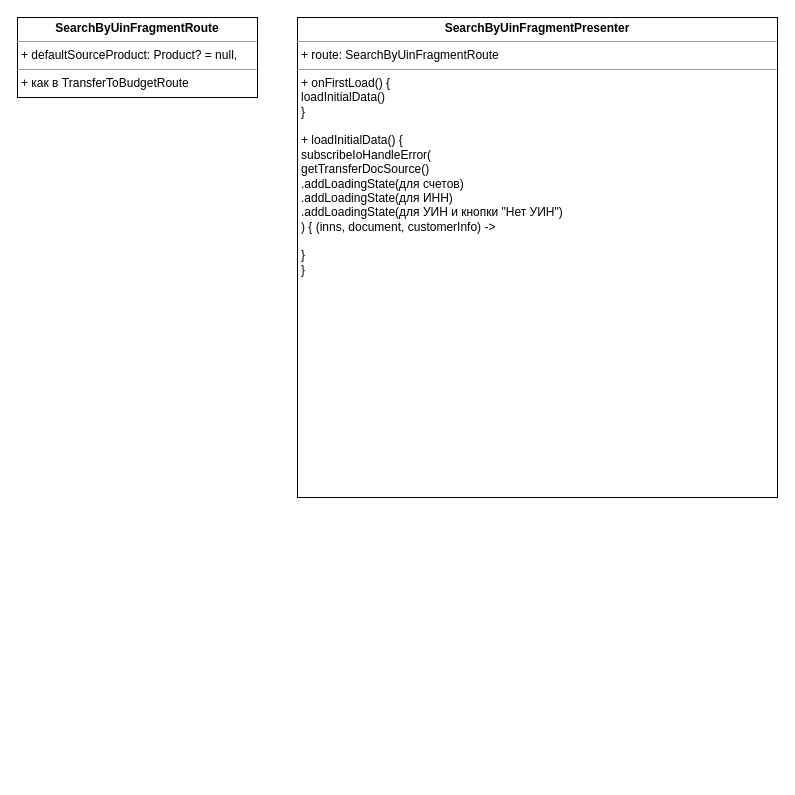
The draw.io diagram UNI-18237.drawio in ShiryaevNikolay/diagrams, before the edit. Source tidied: cells renumbered, new cells numbered last; positions are measured from the earlier drawing's top-left corner, leaving out a move shared by most shapes. Both pictures are drawn from the tidied source at 100%, with x=0, y=0 at pixel (17, 17).
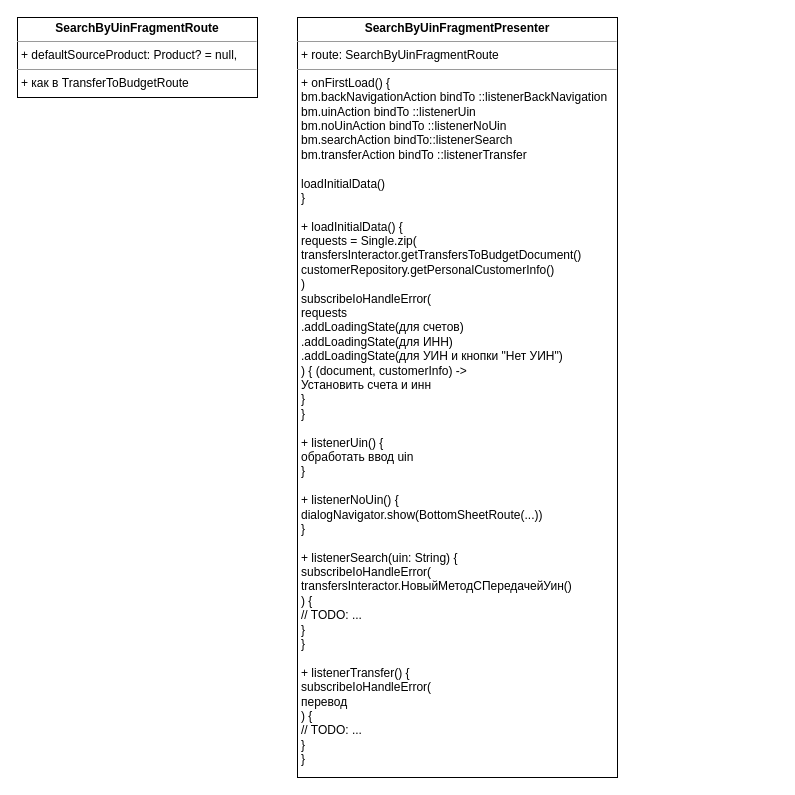
After the change.

What changed in the source:
```diff
@@
 <mxGraphModel>
   <root>
     <mxCell id="0" />
     <mxCell id="1" parent="0" />
-    <mxCell id="2" value="&lt;p style=&quot;margin:0px;margin-top:4px;text-align:center;&quot;&gt;&lt;b&gt;SearchByUinFragmentPresenter&lt;/b&gt;&lt;/p&gt;&lt;hr size=&quot;1&quot;&gt;&lt;p style=&quot;margin:0px;margin-left:4px;&quot;&gt;+ route: SearchByUinFragmentRoute&lt;br&gt;&lt;/p&gt;&lt;hr size=&quot;1&quot;&gt;&lt;p style=&quot;margin:0px;margin-left:4px;&quot;&gt;+ onFirstLoad() {&lt;/p&gt;&lt;p style=&quot;margin:0px;margin-left:4px;&quot;&gt;loadInitialData()&lt;br&gt;&lt;/p&gt;&lt;p style=&quot;margin:0px;margin-left:4px;&quot;&gt;}&lt;/p&gt;&lt;p style=&quot;margin:0px;margin-left:4px;&quot;&gt;&lt;br&gt;&lt;/p&gt;&lt;p style=&quot;margin:0px;margin-left:4px;&quot;&gt;+ loadInitialData() {&lt;/p&gt;&lt;p style=&quot;margin:0px;margin-left:4px;&quot;&gt;subscribeIoHandleError(&lt;/p&gt;&lt;p style=&quot;margin:0px;margin-left:4px;&quot;&gt;getTransferDocSource()&lt;/p&gt;&lt;p style=&quot;margin:0px;margin-left:4px;&quot;&gt;.addLoadingState(для счетов)&lt;/p&gt;&lt;p style=&quot;margin:0px;margin-left:4px;&quot;&gt;.addLoadingState(для ИНН)&lt;/p&gt;&lt;p style=&quot;margin:0px;margin-left:4px;&quot;&gt;.addLoadingState(для УИН и кнопки &quot;Нет УИН&quot;)&lt;/p&gt;&lt;p style=&quot;margin:0px;margin-left:4px;&quot;&gt;) { (inns, document, customerInfo) -&amp;gt;&lt;br&gt;&lt;/p&gt;&lt;p style=&quot;margin:0px;margin-left:4px;&quot;&gt;&lt;br&gt;&lt;/p&gt;&lt;p style=&quot;margin:0px;margin-left:4px;&quot;&gt;}&lt;br&gt;&lt;/p&gt;&lt;p style=&quot;margin:0px;margin-left:4px;&quot;&gt;}&lt;br&gt;&lt;/p&gt;" style="verticalAlign=top;align=left;overflow=fill;fontSize=12;fontFamily=Helvetica;html=1;" parent="1" vertex="1">
-      <mxGeometry x="280" width="480" height="480" as="geometry" />
+    <mxCell id="2" value="&lt;p style=&quot;margin:0px;margin-top:4px;text-align:center;&quot;&gt;&lt;b&gt;SearchByUinFragmentPresenter&lt;/b&gt;&lt;/p&gt;&lt;hr size=&quot;1&quot;&gt;&lt;p style=&quot;margin:0px;margin-left:4px;&quot;&gt;+ route: SearchByUinFragmentRoute&lt;br&gt;&lt;/p&gt;&lt;hr size=&quot;1&quot;&gt;&lt;p style=&quot;margin:0px;margin-left:4px;&quot;&gt;+ onFirstLoad() {&lt;/p&gt;&lt;p style=&quot;margin:0px;margin-left:4px;&quot;&gt;bm.backNavigationAction bindTo ::listenerBackNavigation&lt;/p&gt;&lt;p style=&quot;margin:0px;margin-left:4px;&quot;&gt;bm.uinAction bindTo ::listenerUin&lt;/p&gt;&lt;p style=&quot;margin:0px;margin-left:4px;&quot;&gt;bm.noUinAction bindTo ::listenerNoUin&lt;/p&gt;&lt;p style=&quot;margin:0px;margin-left:4px;&quot;&gt;bm.searchAction bindTo::listenerSearch&lt;/p&gt;&lt;p style=&quot;margin:0px;margin-left:4px;&quot;&gt;bm.transferAction bindTo ::listenerTransfer&lt;br&gt;&lt;/p&gt;&lt;p style=&quot;margin:0px;margin-left:4px;&quot;&gt;&lt;br&gt;&lt;/p&gt;&lt;p style=&quot;margin:0px;margin-left:4px;&quot;&gt;loadInitialData()&lt;br&gt;&lt;/p&gt;&lt;p style=&quot;margin:0px;margin-left:4px;&quot;&gt;}&lt;/p&gt;&lt;p style=&quot;margin:0px;margin-left:4px;&quot;&gt;&lt;br&gt;&lt;/p&gt;&lt;p style=&quot;margin:0px;margin-left:4px;&quot;&gt;+ loadInitialData() {&lt;/p&gt;&lt;p style=&quot;margin:0px;margin-left:4px;&quot;&gt;requests = Single.zip(&lt;/p&gt;&lt;p style=&quot;margin:0px;margin-left:4px;&quot;&gt;transfersInteractor.getTransfersToBudgetDocument()&lt;/p&gt;&lt;p style=&quot;margin:0px;margin-left:4px;&quot;&gt;customerRepository.getPersonalCustomerInfo()&lt;br&gt;&lt;/p&gt;&lt;p style=&quot;margin:0px;margin-left:4px;&quot;&gt;)&lt;br&gt;&lt;/p&gt;&lt;p style=&quot;margin:0px;margin-left:4px;&quot;&gt;subscribeIoHandleError(&lt;/p&gt;&lt;p style=&quot;margin:0px;margin-left:4px;&quot;&gt;requests&lt;/p&gt;&lt;p style=&quot;margin:0px;margin-left:4px;&quot;&gt;.addLoadingState(для счетов)&lt;/p&gt;&lt;p style=&quot;margin:0px;margin-left:4px;&quot;&gt;.addLoadingState(для ИНН)&lt;/p&gt;&lt;p style=&quot;margin:0px;margin-left:4px;&quot;&gt;.addLoadingState(для УИН и кнопки &quot;Нет УИН&quot;)&lt;/p&gt;&lt;p style=&quot;margin:0px;margin-left:4px;&quot;&gt;) { (document, customerInfo) -&amp;gt;&lt;br&gt;&lt;/p&gt;&lt;p style=&quot;margin:0px;margin-left:4px;&quot;&gt;Установить счета и инн&lt;br&gt;&lt;/p&gt;&lt;p style=&quot;margin:0px;margin-left:4px;&quot;&gt;}&lt;br&gt;&lt;/p&gt;&lt;p style=&quot;margin:0px;margin-left:4px;&quot;&gt;}&lt;/p&gt;&lt;p style=&quot;margin:0px;margin-left:4px;&quot;&gt;&lt;br&gt;&lt;/p&gt;&lt;p style=&quot;margin:0px;margin-left:4px;&quot;&gt;+ listenerUin() {&lt;/p&gt;&lt;p style=&quot;margin:0px;margin-left:4px;&quot;&gt;обработать ввод uin&lt;br&gt;&lt;/p&gt;&lt;p style=&quot;margin:0px;margin-left:4px;&quot;&gt;}&lt;/p&gt;&lt;p style=&quot;margin:0px;margin-left:4px;&quot;&gt;&lt;br&gt;&lt;/p&gt;&lt;p style=&quot;margin:0px;margin-left:4px;&quot;&gt;+ listenerNoUin() {&lt;/p&gt;&lt;p style=&quot;margin:0px;margin-left:4px;&quot;&gt;dialogNavigator.show(BottomSheetRoute(...))&lt;br&gt;&lt;/p&gt;&lt;p style=&quot;margin:0px;margin-left:4px;&quot;&gt;}&lt;/p&gt;&lt;p style=&quot;margin:0px;margin-left:4px;&quot;&gt;&lt;br&gt;&lt;/p&gt;&lt;p style=&quot;margin:0px;margin-left:4px;&quot;&gt;+ listenerSearch(uin: String) {&lt;/p&gt;&lt;p style=&quot;margin:0px;margin-left:4px;&quot;&gt;subscribeIoHandleError(&lt;/p&gt;&lt;p style=&quot;margin:0px;margin-left:4px;&quot;&gt;transfersInteractor.НовыйМетодСПередачейУин()&lt;br&gt;&lt;/p&gt;&lt;p style=&quot;margin:0px;margin-left:4px;&quot;&gt;) {&lt;/p&gt;&lt;p style=&quot;margin:0px;margin-left:4px;&quot;&gt;// TODO: ...&lt;br&gt;&lt;/p&gt;&lt;p style=&quot;margin:0px;margin-left:4px;&quot;&gt;}&lt;br&gt;&lt;/p&gt;&lt;p style=&quot;margin:0px;margin-left:4px;&quot;&gt;}&lt;/p&gt;&lt;p style=&quot;margin:0px;margin-left:4px;&quot;&gt;&lt;br&gt;&lt;/p&gt;&lt;p style=&quot;margin:0px;margin-left:4px;&quot;&gt;+ listenerTransfer() {&lt;/p&gt;&lt;p style=&quot;margin:0px;margin-left:4px;&quot;&gt;subscribeIoHandleError(&lt;/p&gt;&lt;p style=&quot;margin:0px;margin-left:4px;&quot;&gt;перевод&lt;br&gt;&lt;/p&gt;&lt;p style=&quot;margin:0px;margin-left:4px;&quot;&gt;) {&lt;/p&gt;&lt;p style=&quot;margin:0px;margin-left:4px;&quot;&gt;// TODO: ...&lt;br&gt;&lt;/p&gt;&lt;p style=&quot;margin:0px;margin-left:4px;&quot;&gt;}&lt;br&gt;&lt;/p&gt;&lt;p style=&quot;margin:0px;margin-left:4px;&quot;&gt;}&lt;br&gt;&lt;/p&gt;" style="verticalAlign=top;align=left;overflow=fill;fontSize=12;fontFamily=Helvetica;html=1;" parent="1" vertex="1">
+      <mxGeometry x="280" width="320" height="760" as="geometry" />
     </mxCell>
     <mxCell id="3" value="&lt;p style=&quot;margin:0px;margin-top:4px;text-align:center;&quot;&gt;&lt;b&gt;SearchByUinFragmentRoute&lt;/b&gt;&lt;/p&gt;&lt;hr size=&quot;1&quot;&gt;&lt;p style=&quot;margin:0px;margin-left:4px;&quot;&gt;+ defaultSourceProduct: Product? = null, &lt;br&gt;&lt;/p&gt;&lt;hr size=&quot;1&quot;&gt;&lt;p style=&quot;margin:0px;margin-left:4px;&quot;&gt;+ как в TransferToBudgetRoute&lt;br&gt;&lt;/p&gt;" style="verticalAlign=top;align=left;overflow=fill;fontSize=12;fontFamily=Helvetica;html=1;" parent="1" vertex="1">
       <mxGeometry width="240" height="80" as="geometry" />
     </mxCell>
   </root>
 </mxGraphModel>
```
